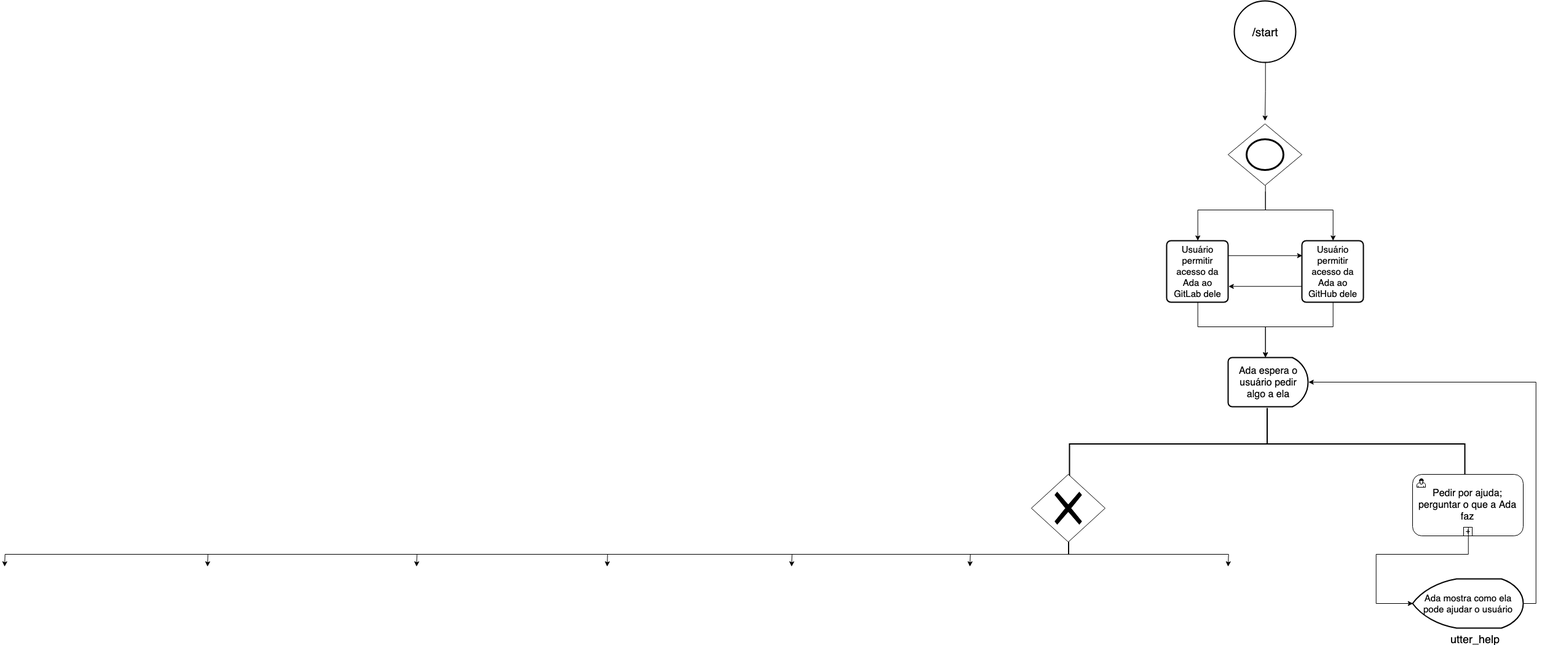
fga-eps-mds/2019.1-ADA keeps this draw.io diagram as mapeamento_de_conversa_com_Ada.png. Above is the earlier version. Source tidied: cells renumbered, new cells last; positions are measured from the earlier drawing's top-left corner, leaving out a move shared by most shapes. Source of this version:
```xml
<mxGraphModel>
  <root>
    <mxCell id="0" />
    <mxCell id="1" parent="0" />
    <mxCell id="2" style="edgeStyle=orthogonalEdgeStyle;rounded=0;jettySize=auto;html=1;exitX=0.5;exitY=1;exitDx=0;exitDy=0;exitPerimeter=0;entryX=0.5;entryY=0;entryDx=0;entryDy=0;entryPerimeter=0;" parent="1" edge="1" source="3">
      <mxGeometry relative="1" as="geometry">
        <mxPoint x="2050" y="195" as="targetPoint" />
      </mxGeometry>
    </mxCell>
    <mxCell id="3" value="&lt;font style=&quot;font-size: 19px&quot;&gt;/start&lt;/font&gt;" style="strokeWidth=2;html=1;shape=mxgraph.flowchart.start_2;whiteSpace=wrap;" parent="1" vertex="1">
      <mxGeometry x="2000" width="100" height="100" as="geometry" />
    </mxCell>
    <mxCell id="4" style="edgeStyle=orthogonalEdgeStyle;rounded=0;jettySize=auto;html=1;exitX=0.5;exitY=1;exitDx=0;exitDy=0;entryX=0.5;entryY=0;entryDx=0;entryDy=0;" parent="1" edge="1" source="6">
      <mxGeometry relative="1" as="geometry">
        <mxPoint x="2050" y="580" as="targetPoint" />
        <Array as="points">
          <mxPoint x="2160" y="530" />
          <mxPoint x="2050" y="530" />
        </Array>
      </mxGeometry>
    </mxCell>
    <mxCell id="5" style="edgeStyle=orthogonalEdgeStyle;rounded=0;jettySize=auto;html=1;exitX=0;exitY=0.75;exitDx=0;exitDy=0;entryX=1;entryY=0.75;entryDx=0;entryDy=0;" parent="1" edge="1" source="6" target="9">
      <mxGeometry relative="1" as="geometry" />
    </mxCell>
    <mxCell id="6" value="&lt;font style=&quot;font-size: 15px&quot;&gt;Usuário permitir acesso da Ada ao GitHub dele&lt;/font&gt;" style="rounded=1;whiteSpace=wrap;html=1;absoluteArcSize=1;arcSize=14;strokeWidth=2;" parent="1" vertex="1">
      <mxGeometry x="2110" y="390" width="100" height="100" as="geometry" />
    </mxCell>
    <mxCell id="7" style="edgeStyle=orthogonalEdgeStyle;rounded=0;jettySize=auto;html=1;exitX=0.5;exitY=1;exitDx=0;exitDy=0;entryX=0.5;entryY=0;entryDx=0;entryDy=0;" parent="1" edge="1" source="9">
      <mxGeometry relative="1" as="geometry">
        <mxPoint x="2050" y="580" as="targetPoint" />
        <Array as="points">
          <mxPoint x="1940" y="530" />
          <mxPoint x="2050" y="530" />
        </Array>
      </mxGeometry>
    </mxCell>
    <mxCell id="8" style="edgeStyle=orthogonalEdgeStyle;rounded=0;jettySize=auto;html=1;exitX=1;exitY=0.25;exitDx=0;exitDy=0;entryX=0;entryY=0.25;entryDx=0;entryDy=0;" parent="1" edge="1" source="9" target="6">
      <mxGeometry relative="1" as="geometry" />
    </mxCell>
    <mxCell id="9" value="&lt;font style=&quot;font-size: 15px&quot;&gt;Usuário permitir acesso da Ada ao GitLab dele&lt;/font&gt;" style="rounded=1;whiteSpace=wrap;html=1;absoluteArcSize=1;arcSize=14;strokeWidth=2;" parent="1" vertex="1">
      <mxGeometry x="1890" y="390" width="100" height="100" as="geometry" />
    </mxCell>
    <mxCell id="10" style="edgeStyle=orthogonalEdgeStyle;rounded=0;jettySize=auto;html=1;entryX=0.5;entryY=0;entryDx=0;entryDy=0;" parent="1" edge="1" target="6">
      <mxGeometry relative="1" as="geometry">
        <mxPoint x="2050" y="310" as="sourcePoint" />
        <Array as="points">
          <mxPoint x="2050" y="340" />
          <mxPoint x="2160" y="340" />
        </Array>
      </mxGeometry>
    </mxCell>
    <mxCell id="11" style="edgeStyle=orthogonalEdgeStyle;rounded=0;jettySize=auto;html=1;entryX=0.5;entryY=0;entryDx=0;entryDy=0;exitX=0.5;exitY=1;exitDx=0;exitDy=0;" parent="1" edge="1" source="12" target="9">
      <mxGeometry relative="1" as="geometry">
        <Array as="points">
          <mxPoint x="2050" y="340" />
          <mxPoint x="1940" y="340" />
        </Array>
      </mxGeometry>
    </mxCell>
    <mxCell id="12" style="shape=mxgraph.bpmn.shape;html=1;verticalLabelPosition=bottom;labelBackgroundColor=#ffffff;verticalAlign=top;align=center;perimeter=rhombusPerimeter;background=gateway;outlineConnect=0;outline=end;symbol=general;" parent="1" vertex="1">
      <mxGeometry x="1990" y="200" width="120" height="100" as="geometry" />
    </mxCell>
    <mxCell id="13" value="&lt;font style=&quot;font-size: 16px&quot;&gt;Ada espera o usuário pedir algo a ela&lt;/font&gt;" style="strokeWidth=2;html=1;shape=mxgraph.flowchart.delay;whiteSpace=wrap;" parent="1" vertex="1">
      <mxGeometry x="1990" y="580" width="130" height="80" as="geometry" />
    </mxCell>
    <mxCell id="14" style="strokeWidth=2;html=1;shape=mxgraph.flowchart.annotation_2;align=left;rotation=90;" parent="1" vertex="1">
      <mxGeometry x="1995" y="399" width="117" height="643" as="geometry" />
    </mxCell>
    <mxCell id="15" value="&lt;font style=&quot;font-size: 16px&quot;&gt;Pedir por ajuda; perguntar o que a Ada faz&lt;/font&gt;" style="html=1;whiteSpace=wrap;rounded=1;" parent="1" vertex="1">
      <mxGeometry x="2290" y="770" width="180" height="100" as="geometry" />
    </mxCell>
    <mxCell id="16" style="html=1;shape=mxgraph.bpmn.user_task;" parent="15" vertex="1">
      <mxGeometry width="14" height="14" relative="1" as="geometry">
        <mxPoint x="7" y="7" as="offset" />
      </mxGeometry>
    </mxCell>
    <mxCell id="17" style="html=1;shape=plus;outlineConnect=0;" parent="15" vertex="1">
      <mxGeometry x="0.5" y="1" width="14" height="14" relative="1" as="geometry">
        <mxPoint x="-7" y="-14" as="offset" />
      </mxGeometry>
    </mxCell>
    <mxCell id="18" style="edgeStyle=orthogonalEdgeStyle;rounded=0;jettySize=auto;html=1;exitX=1;exitY=0.5;exitDx=0;exitDy=0;exitPerimeter=0;entryX=1;entryY=0.5;entryDx=0;entryDy=0;entryPerimeter=0;" parent="1" edge="1" source="19" target="13">
      <mxGeometry relative="1" as="geometry">
        <Array as="points">
          <mxPoint x="2490" y="980" />
          <mxPoint x="2490" y="620" />
        </Array>
      </mxGeometry>
    </mxCell>
    <mxCell id="19" value="&lt;font style=&quot;font-size: 15px&quot;&gt;Ada mostra como ela pode ajudar o usuário&lt;/font&gt;" style="strokeWidth=2;html=1;shape=mxgraph.flowchart.display;whiteSpace=wrap;" parent="1" vertex="1">
      <mxGeometry x="2290" y="940" width="180" height="80" as="geometry" />
    </mxCell>
    <mxCell id="20" style="edgeStyle=orthogonalEdgeStyle;rounded=0;jettySize=auto;html=1;exitX=0.5;exitY=0;exitDx=0;exitDy=0;entryX=0;entryY=0.5;entryDx=0;entryDy=0;entryPerimeter=0;" parent="1" edge="1" source="17" target="19">
      <mxGeometry relative="1" as="geometry">
        <Array as="points">
          <mxPoint x="2380" y="900" />
          <mxPoint x="2230" y="900" />
          <mxPoint x="2230" y="980" />
        </Array>
      </mxGeometry>
    </mxCell>
    <mxCell id="21" value="&lt;font style=&quot;font-size: 18px&quot;&gt;utter_help&lt;/font&gt;" style="text;html=1;align=left;verticalAlign=top;spacingTop=-4;" parent="1" vertex="1">
      <mxGeometry x="2350" y="1025" width="100" height="20" as="geometry" />
    </mxCell>
    <mxCell id="22" style="edgeStyle=orthogonalEdgeStyle;rounded=0;jettySize=auto;html=1;exitX=0.5;exitY=1;exitDx=0;exitDy=0;" parent="1" edge="1" source="29">
      <mxGeometry relative="1" as="geometry">
        <mxPoint x="1990" y="920" as="targetPoint" />
      </mxGeometry>
    </mxCell>
    <mxCell id="23" style="edgeStyle=orthogonalEdgeStyle;rounded=0;jettySize=auto;html=1;exitX=0.5;exitY=1;exitDx=0;exitDy=0;" parent="1" edge="1" source="29">
      <mxGeometry relative="1" as="geometry">
        <mxPoint x="1570" y="920" as="targetPoint" />
      </mxGeometry>
    </mxCell>
    <mxCell id="24" style="edgeStyle=orthogonalEdgeStyle;rounded=0;jettySize=auto;html=1;exitX=0.5;exitY=1;exitDx=0;exitDy=0;" parent="1" edge="1" source="29">
      <mxGeometry relative="1" as="geometry">
        <mxPoint x="1280" y="920" as="targetPoint" />
      </mxGeometry>
    </mxCell>
    <mxCell id="25" style="edgeStyle=orthogonalEdgeStyle;rounded=0;jettySize=auto;html=1;exitX=0.5;exitY=1;exitDx=0;exitDy=0;" parent="1" edge="1" source="29">
      <mxGeometry relative="1" as="geometry">
        <mxPoint x="980" y="920" as="targetPoint" />
      </mxGeometry>
    </mxCell>
    <mxCell id="26" style="edgeStyle=orthogonalEdgeStyle;rounded=0;jettySize=auto;html=1;exitX=0.5;exitY=1;exitDx=0;exitDy=0;" parent="1" edge="1" source="29">
      <mxGeometry relative="1" as="geometry">
        <mxPoint x="670" y="920" as="targetPoint" />
      </mxGeometry>
    </mxCell>
    <mxCell id="27" style="edgeStyle=orthogonalEdgeStyle;rounded=0;jettySize=auto;html=1;exitX=0.5;exitY=1;exitDx=0;exitDy=0;" parent="1" edge="1" source="29">
      <mxGeometry relative="1" as="geometry">
        <mxPoint x="330" y="920" as="targetPoint" />
      </mxGeometry>
    </mxCell>
    <mxCell id="28" style="edgeStyle=orthogonalEdgeStyle;rounded=0;jettySize=auto;html=1;exitX=0.5;exitY=1;exitDx=0;exitDy=0;" parent="1" edge="1" source="29">
      <mxGeometry relative="1" as="geometry">
        <mxPoint y="920" as="targetPoint" />
      </mxGeometry>
    </mxCell>
    <mxCell id="29" style="shape=mxgraph.bpmn.shape;html=1;verticalLabelPosition=bottom;labelBackgroundColor=#ffffff;verticalAlign=top;align=center;perimeter=rhombusPerimeter;background=gateway;outlineConnect=0;outline=none;symbol=exclusiveGw;" parent="1" vertex="1">
      <mxGeometry x="1670" y="770" width="120" height="110" as="geometry" />
    </mxCell>
  </root>
</mxGraphModel>
```
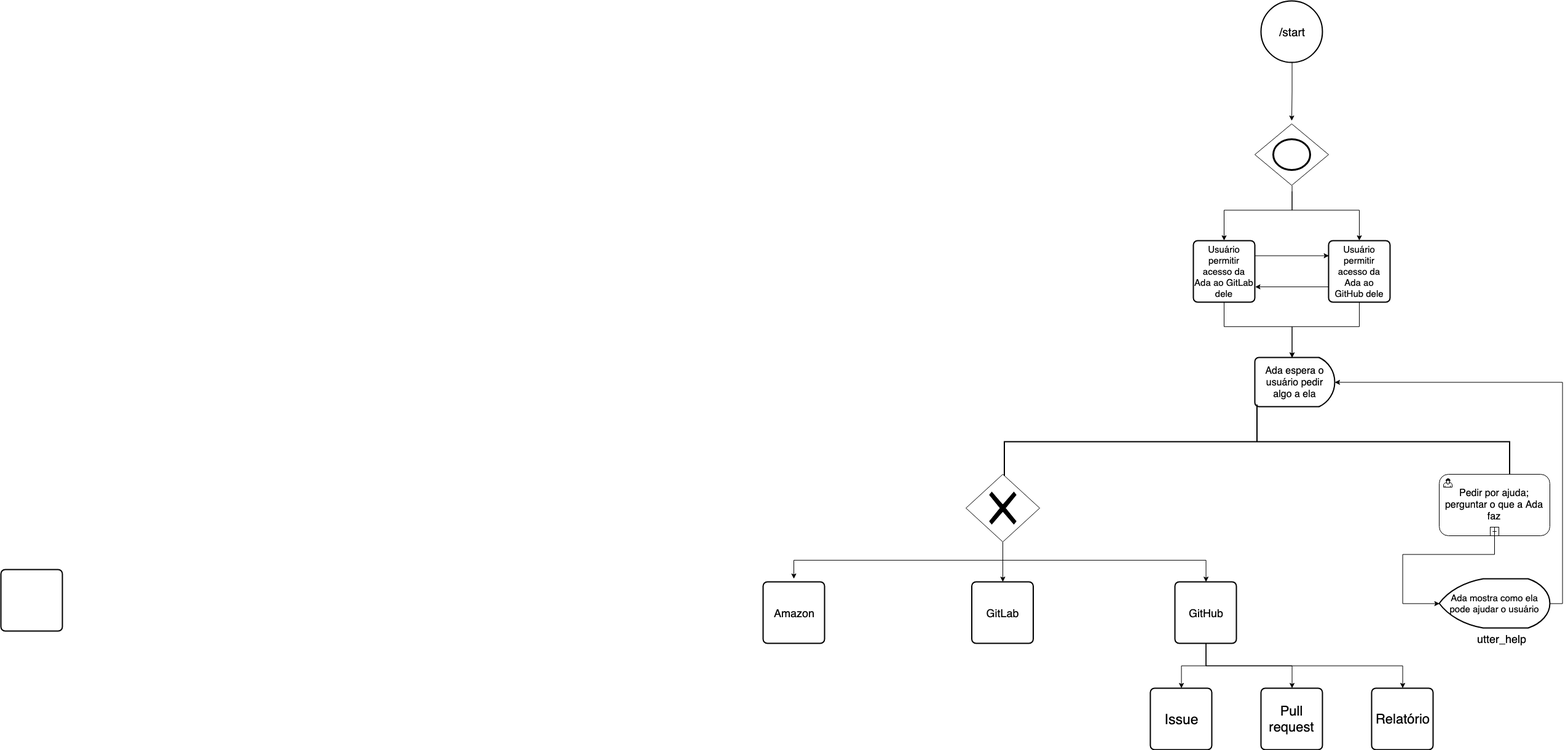
After the commit.

Commit message:
#155 conversation mapping, version 2

Change to the diagram source:
```diff
@@ -64,7 +64,7 @@
       <mxGeometry x="1990" y="580" width="130" height="80" as="geometry" />
     </mxCell>
     <mxCell id="14" style="strokeWidth=2;html=1;shape=mxgraph.flowchart.annotation_2;align=left;rotation=90;" parent="1" vertex="1">
-      <mxGeometry x="1995" y="399" width="117" height="643" as="geometry" />
+      <mxGeometry x="1933" y="306" width="121" height="822" as="geometry" />
     </mxCell>
     <mxCell id="15" value="&lt;font style=&quot;font-size: 16px&quot;&gt;Pedir por ajuda; perguntar o que a Ada faz&lt;/font&gt;" style="html=1;whiteSpace=wrap;rounded=1;" parent="1" vertex="1">
       <mxGeometry x="2290" y="770" width="180" height="100" as="geometry" />
@@ -102,43 +102,54 @@
     <mxCell id="21" value="&lt;font style=&quot;font-size: 18px&quot;&gt;utter_help&lt;/font&gt;" style="text;html=1;align=left;verticalAlign=top;spacingTop=-4;" parent="1" vertex="1">
       <mxGeometry x="2350" y="1025" width="100" height="20" as="geometry" />
     </mxCell>
-    <mxCell id="22" style="edgeStyle=orthogonalEdgeStyle;rounded=0;jettySize=auto;html=1;exitX=0.5;exitY=1;exitDx=0;exitDy=0;" parent="1" edge="1" source="29">
+    <mxCell id="22" style="edgeStyle=orthogonalEdgeStyle;rounded=0;jettySize=auto;html=1;exitX=0.5;exitY=1;exitDx=0;exitDy=0;entryX=0.5;entryY=0;entryDx=0;entryDy=0;" parent="1" edge="1" source="29" target="34">
       <mxGeometry relative="1" as="geometry">
-        <mxPoint x="1990" y="920" as="targetPoint" />
+        <Array as="points">
+          <mxPoint x="1580" y="910" />
+          <mxPoint x="1911" y="910" />
+        </Array>
       </mxGeometry>
     </mxCell>
-    <mxCell id="23" style="edgeStyle=orthogonalEdgeStyle;rounded=0;jettySize=auto;html=1;exitX=0.5;exitY=1;exitDx=0;exitDy=0;" parent="1" edge="1" source="29">
-      <mxGeometry relative="1" as="geometry">
-        <mxPoint x="1570" y="920" as="targetPoint" />
-      </mxGeometry>
+    <mxCell id="23" style="edgeStyle=orthogonalEdgeStyle;rounded=0;jettySize=auto;html=1;exitX=0.5;exitY=1;exitDx=0;exitDy=0;entryX=0.5;entryY=0;entryDx=0;entryDy=0;" parent="1" edge="1" source="29" target="35">
+      <mxGeometry relative="1" as="geometry" />
     </mxCell>
-    <mxCell id="24" style="edgeStyle=orthogonalEdgeStyle;rounded=0;jettySize=auto;html=1;exitX=0.5;exitY=1;exitDx=0;exitDy=0;" parent="1" edge="1" source="29">
-      <mxGeometry relative="1" as="geometry">
-        <mxPoint x="1280" y="920" as="targetPoint" />
-      </mxGeometry>
-    </mxCell>
-    <mxCell id="25" style="edgeStyle=orthogonalEdgeStyle;rounded=0;jettySize=auto;html=1;exitX=0.5;exitY=1;exitDx=0;exitDy=0;" parent="1" edge="1" source="29">
-      <mxGeometry relative="1" as="geometry">
-        <mxPoint x="980" y="920" as="targetPoint" />
-      </mxGeometry>
-    </mxCell>
-    <mxCell id="26" style="edgeStyle=orthogonalEdgeStyle;rounded=0;jettySize=auto;html=1;exitX=0.5;exitY=1;exitDx=0;exitDy=0;" parent="1" edge="1" source="29">
-      <mxGeometry relative="1" as="geometry">
-        <mxPoint x="670" y="920" as="targetPoint" />
-      </mxGeometry>
-    </mxCell>
-    <mxCell id="27" style="edgeStyle=orthogonalEdgeStyle;rounded=0;jettySize=auto;html=1;exitX=0.5;exitY=1;exitDx=0;exitDy=0;" parent="1" edge="1" source="29">
-      <mxGeometry relative="1" as="geometry">
-        <mxPoint x="330" y="920" as="targetPoint" />
-      </mxGeometry>
-    </mxCell>
-    <mxCell id="28" style="edgeStyle=orthogonalEdgeStyle;rounded=0;jettySize=auto;html=1;exitX=0.5;exitY=1;exitDx=0;exitDy=0;" parent="1" edge="1" source="29">
-      <mxGeometry relative="1" as="geometry">
-        <mxPoint y="920" as="targetPoint" />
-      </mxGeometry>
-    </mxCell>
+    <mxCell id="30" style="edgeStyle=orthogonalEdgeStyle;rounded=0;jettySize=auto;html=1;exitX=0.5;exitY=1;exitDx=0;exitDy=0;" parent="1" edge="1" source="29">
+      <mxGeometry relative="1" as="geometry">
+        <mxPoint x="1240" y="940" as="targetPoint" />
+      </mxGeometry>
+    </mxCell>
     <mxCell id="29" style="shape=mxgraph.bpmn.shape;html=1;verticalLabelPosition=bottom;labelBackgroundColor=#ffffff;verticalAlign=top;align=center;perimeter=rhombusPerimeter;background=gateway;outlineConnect=0;outline=none;symbol=exclusiveGw;" parent="1" vertex="1">
-      <mxGeometry x="1670" y="770" width="120" height="110" as="geometry" />
+      <mxGeometry x="1520" y="770" width="120" height="110" as="geometry" />
     </mxCell>
+    <mxCell id="31" style="edgeStyle=orthogonalEdgeStyle;rounded=0;jettySize=auto;html=1;exitX=0.5;exitY=1;exitDx=0;exitDy=0;entryX=0.5;entryY=0;entryDx=0;entryDy=0;" parent="1" edge="1" source="34" target="40">
+      <mxGeometry relative="1" as="geometry" />
+    </mxCell>
+    <mxCell id="32" style="edgeStyle=orthogonalEdgeStyle;rounded=0;jettySize=auto;html=1;exitX=0.5;exitY=1;exitDx=0;exitDy=0;entryX=0.5;entryY=0;entryDx=0;entryDy=0;" parent="1" edge="1" source="34" target="39">
+      <mxGeometry relative="1" as="geometry" />
+    </mxCell>
+    <mxCell id="33" style="edgeStyle=orthogonalEdgeStyle;rounded=0;jettySize=auto;html=1;exitX=0.5;exitY=1;exitDx=0;exitDy=0;" parent="1" edge="1" source="34" target="38">
+      <mxGeometry relative="1" as="geometry" />
+    </mxCell>
+    <mxCell id="34" value="&lt;font style=&quot;font-size: 18px&quot;&gt;GitHub&lt;/font&gt;" style="rounded=1;whiteSpace=wrap;html=1;absoluteArcSize=1;arcSize=14;strokeWidth=2;" parent="1" vertex="1">
+      <mxGeometry x="1860" y="945" width="100" height="100" as="geometry" />
+    </mxCell>
+    <mxCell id="35" value="&lt;font style=&quot;font-size: 18px&quot;&gt;GitLab&lt;/font&gt;" style="rounded=1;whiteSpace=wrap;html=1;absoluteArcSize=1;arcSize=14;strokeWidth=2;" parent="1" vertex="1">
+      <mxGeometry x="1529.5" y="945" width="100" height="100" as="geometry" />
+    </mxCell>
+    <mxCell id="36" style="rounded=1;whiteSpace=wrap;html=1;absoluteArcSize=1;arcSize=14;strokeWidth=2;" parent="1" vertex="1">
+      <mxGeometry x="-50" y="925" width="100" height="100" as="geometry" />
+    </mxCell>
+    <mxCell id="37" value="&lt;font style=&quot;font-size: 18px&quot;&gt;Amazon&lt;/font&gt;" style="rounded=1;whiteSpace=wrap;html=1;absoluteArcSize=1;arcSize=14;strokeWidth=2;" parent="1" vertex="1">
+      <mxGeometry x="1190" y="945" width="100" height="100" as="geometry" />
+    </mxCell>
+    <mxCell id="38" value="&lt;font style=&quot;font-size: 22px&quot;&gt;Relatório&lt;/font&gt;" style="rounded=1;whiteSpace=wrap;html=1;absoluteArcSize=1;arcSize=14;strokeWidth=2;" parent="1" vertex="1">
+      <mxGeometry x="2180" y="1118" width="100" height="100" as="geometry" />
+    </mxCell>
+    <mxCell id="39" value="&lt;font style=&quot;font-size: 22px&quot;&gt;Pull request&lt;/font&gt;" style="rounded=1;whiteSpace=wrap;html=1;absoluteArcSize=1;arcSize=14;strokeWidth=2;" parent="1" vertex="1">
+      <mxGeometry x="2000" y="1118" width="100" height="100" as="geometry" />
+    </mxCell>
+    <mxCell id="40" value="&lt;font style=&quot;font-size: 23px&quot;&gt;Issue&lt;/font&gt;" style="rounded=1;whiteSpace=wrap;html=1;absoluteArcSize=1;arcSize=14;strokeWidth=2;" parent="1" vertex="1">
+      <mxGeometry x="1820" y="1118" width="100" height="100" as="geometry" />
+    </mxCell>
   </root>
 </mxGraphModel>
```
